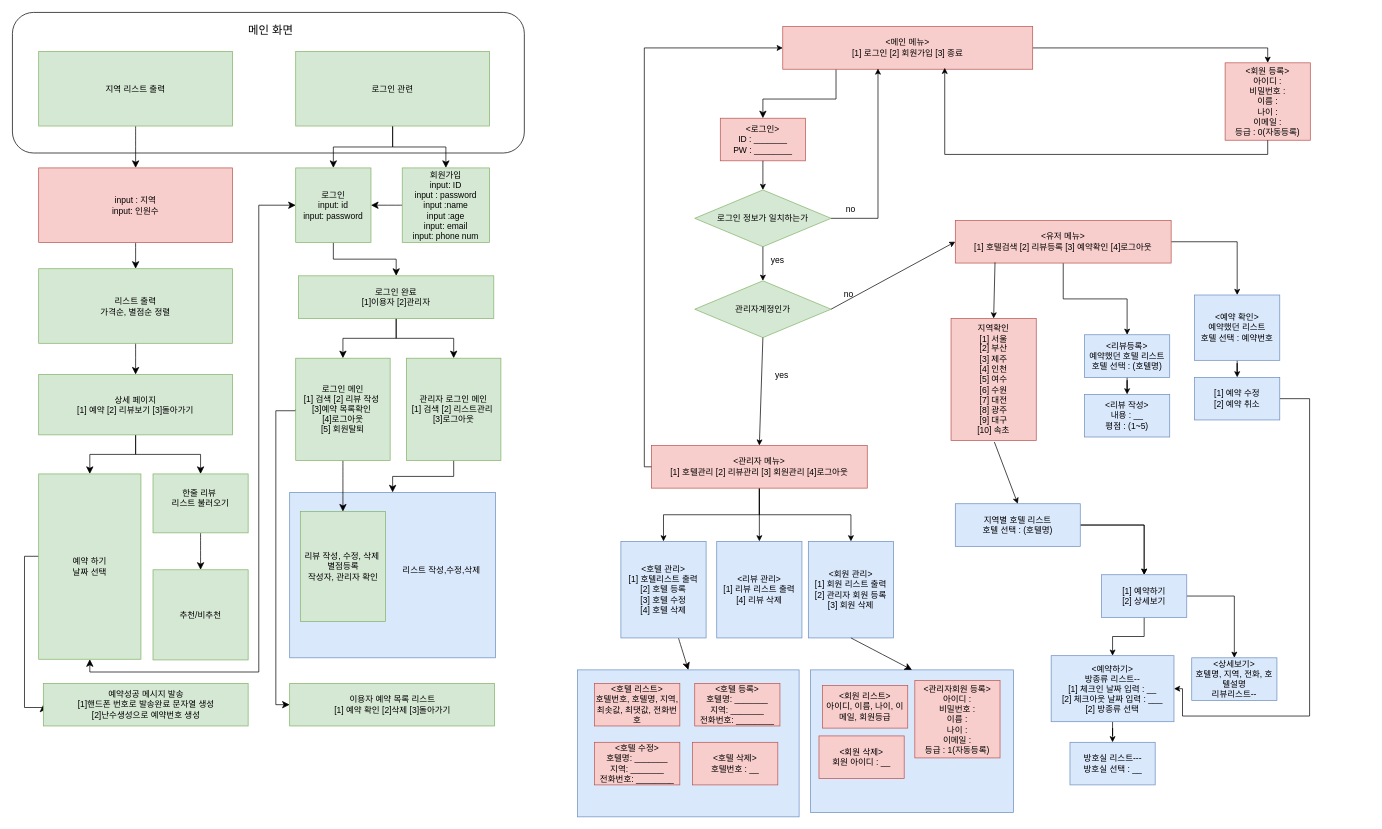
Above: 제목 없는 다이어그램.drawio in networkSorcerer/KDT_DB_PROJECT (draw.io), before the change. Source tidied: cells renumbered, new cells numbered last; positions are measured from the earlier drawing's top-left corner, leaving out a move shared by most shapes. Both pictures are drawn from the tidied source at 71%, with x=0, y=0 at pixel (12, 12).
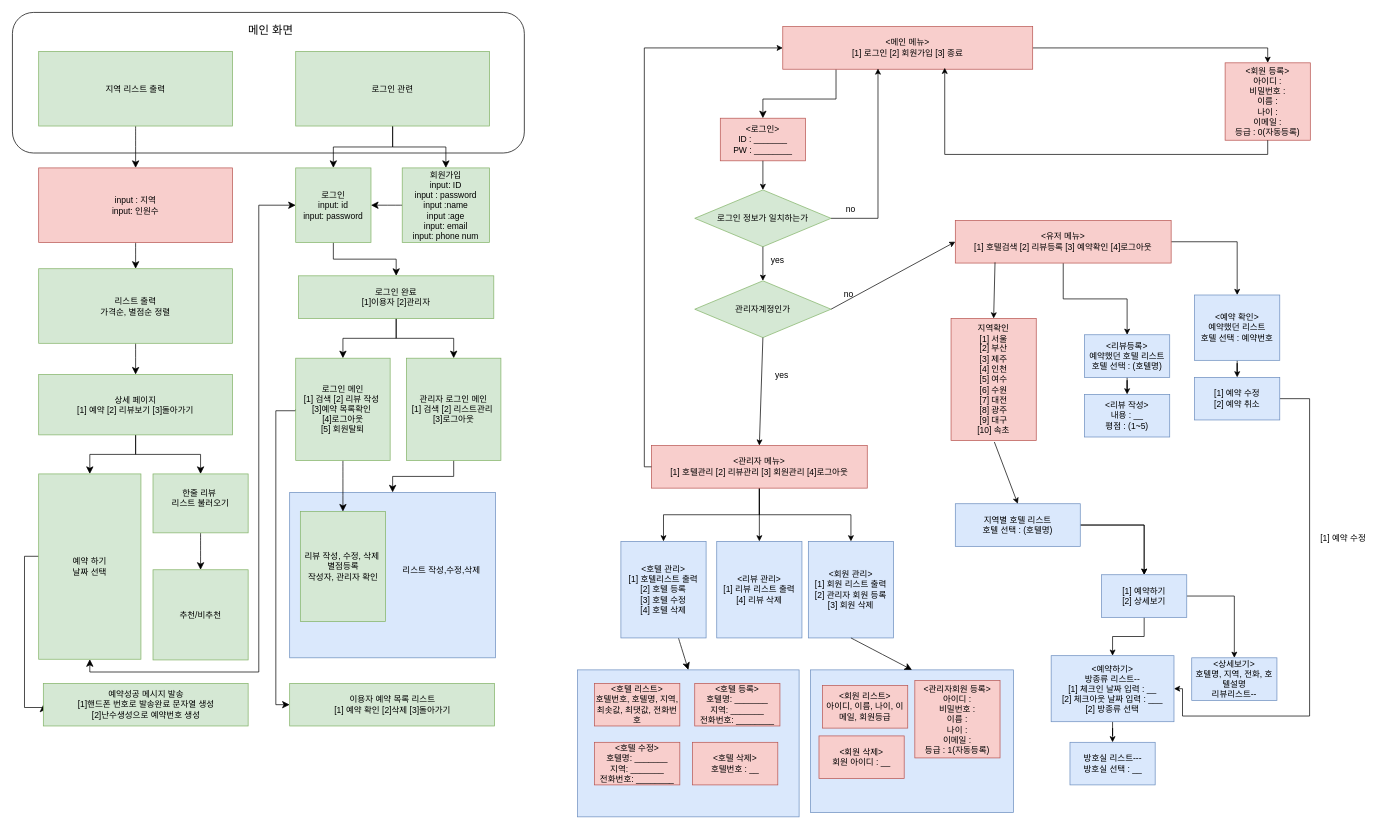
Above is the later version.

Commit message:
제목 없는 다이어그램.drawio 업데이트

Diff of the diagram source:
```diff
@@
+    <mxCell id="98" value="[1] 예약 수정" style="text;html=1;align=center;verticalAlign=middle;whiteSpace=wrap;rounded=0;" parent="1" vertex="1">
+      <mxGeometry x="1837" y="726" width="75" height="30" as="geometry" />
+    </mxCell>
```
